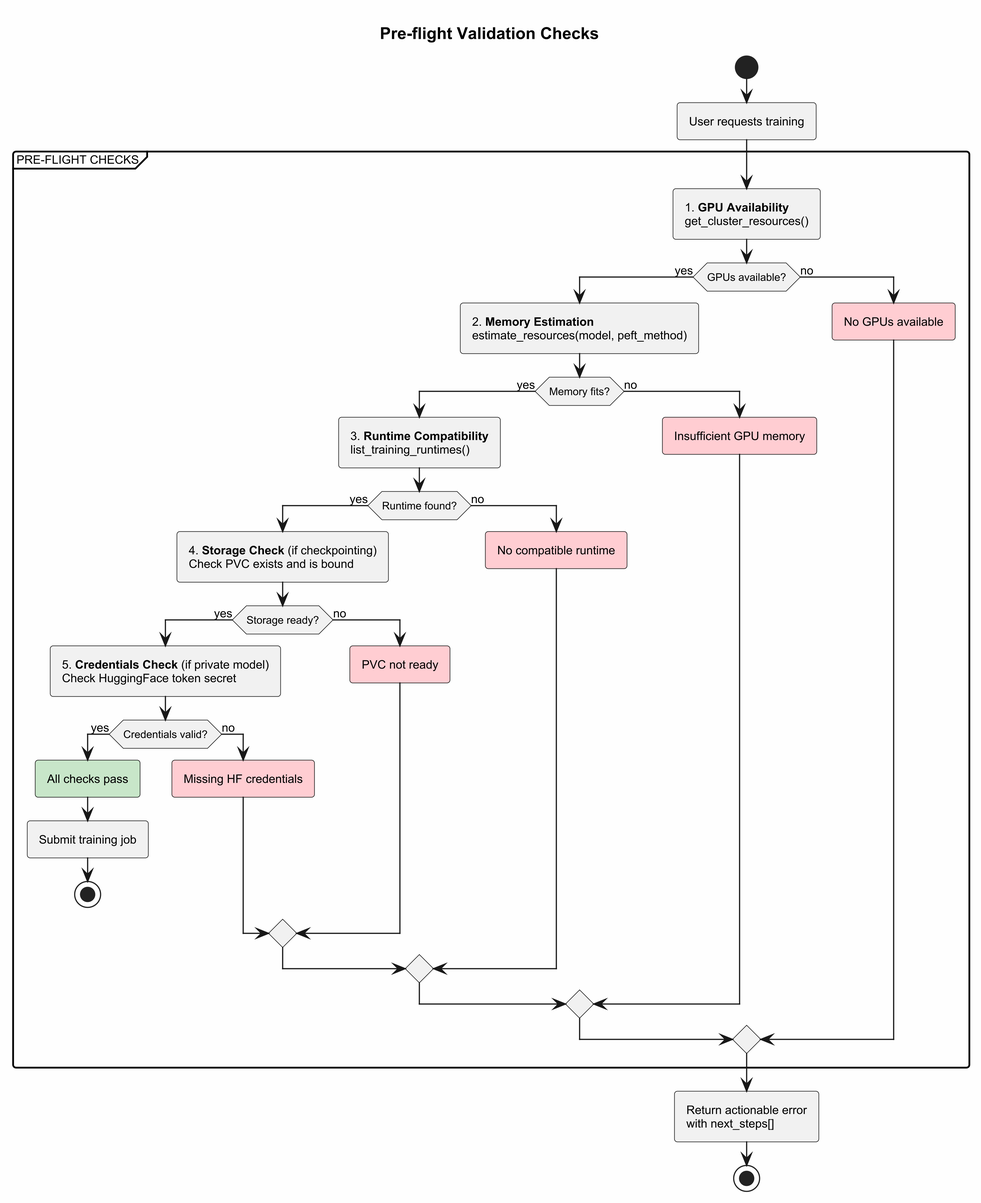
kubeflow/community keeps this PlantUML diagram as proposals/936-kubeflow-mcp-server/preflight-checks.png. Above is the earlier version.
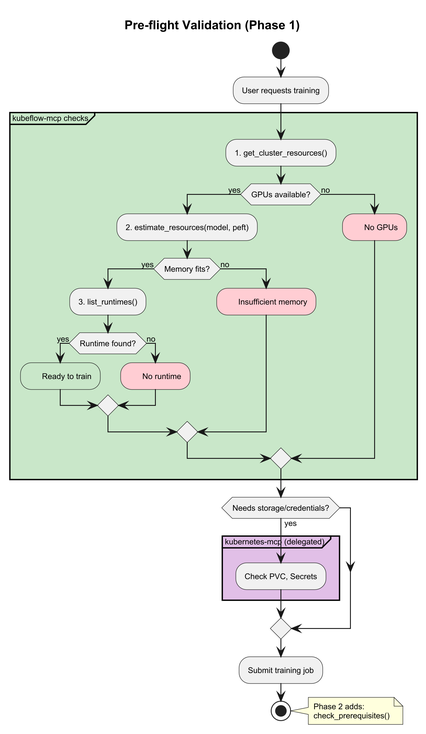
After the change.

Diff of the diagram source:
```diff
@@ -1,56 +1,48 @@
 @startuml
-scale 4
+scale 3
 
 skinparam backgroundColor #FEFEFE
-skinparam defaultFontSize 10
+skinparam defaultFontSize 9
 skinparam defaultFontName Arial
-skinparam roundcorner 5
-skinparam arrowThickness 1
-skinparam ActivityDiamondFontSize 9
 
-title <b>Pre-flight Validation Checks</b>
+title Pre-flight Validation (Phase 1)
 
 start
+
 :User requests training;
 
-partition "PRE-FLIGHT CHECKS" {
-    :1. **GPU Availability**
-    get_cluster_resources();
+partition "kubeflow-mcp checks" #C8E6C9 {
+    :1. get_cluster_resources();
     if (GPUs available?) then (yes)
-        :2. **Memory Estimation**
-        estimate_resources(model, peft_method);
+        :2. estimate_resources(model, peft);
         if (Memory fits?) then (yes)
-            :3. **Runtime Compatibility**
-            list_training_runtimes();
+            :3. list_runtimes();
             if (Runtime found?) then (yes)
-                :4. **Storage Check** (if checkpointing)
-                Check PVC exists and is bound;
-                if (Storage ready?) then (yes)
-                    :5. **Credentials Check** (if private model)
-                    Check HuggingFace token secret;
-                    if (Credentials valid?) then (yes)
-                        #C8E6C9:All checks pass;
-                        :Submit training job;
-                        stop
-                    else (no)
-                        #FFCDD2:Missing HF credentials;
-                    endif
-                else (no)
-                    #FFCDD2:PVC not ready;
-                endif
+                #C8E6C9:✅ Ready to train;
             else (no)
-                #FFCDD2:No compatible runtime;
+                #FFCDD2:❌ No runtime;
             endif
         else (no)
-            #FFCDD2:Insufficient GPU memory;
+            #FFCDD2:❌ Insufficient memory;
         endif
     else (no)
-        #FFCDD2:No GPUs available;
+        #FFCDD2:❌ No GPUs;
     endif
 }
 
-:Return actionable error
-with next_steps[];
+if (Needs storage/credentials?) then (yes)
+    partition "kubernetes-mcp (delegated)" #E1BEE7 {
+        :Check PVC, Secrets;
+    }
+endif
+
+:Submit training job;
+
 stop
 
+note right
+  Phase 2 adds:
+  check_prerequisites()
+end note
+
 @enduml
```
